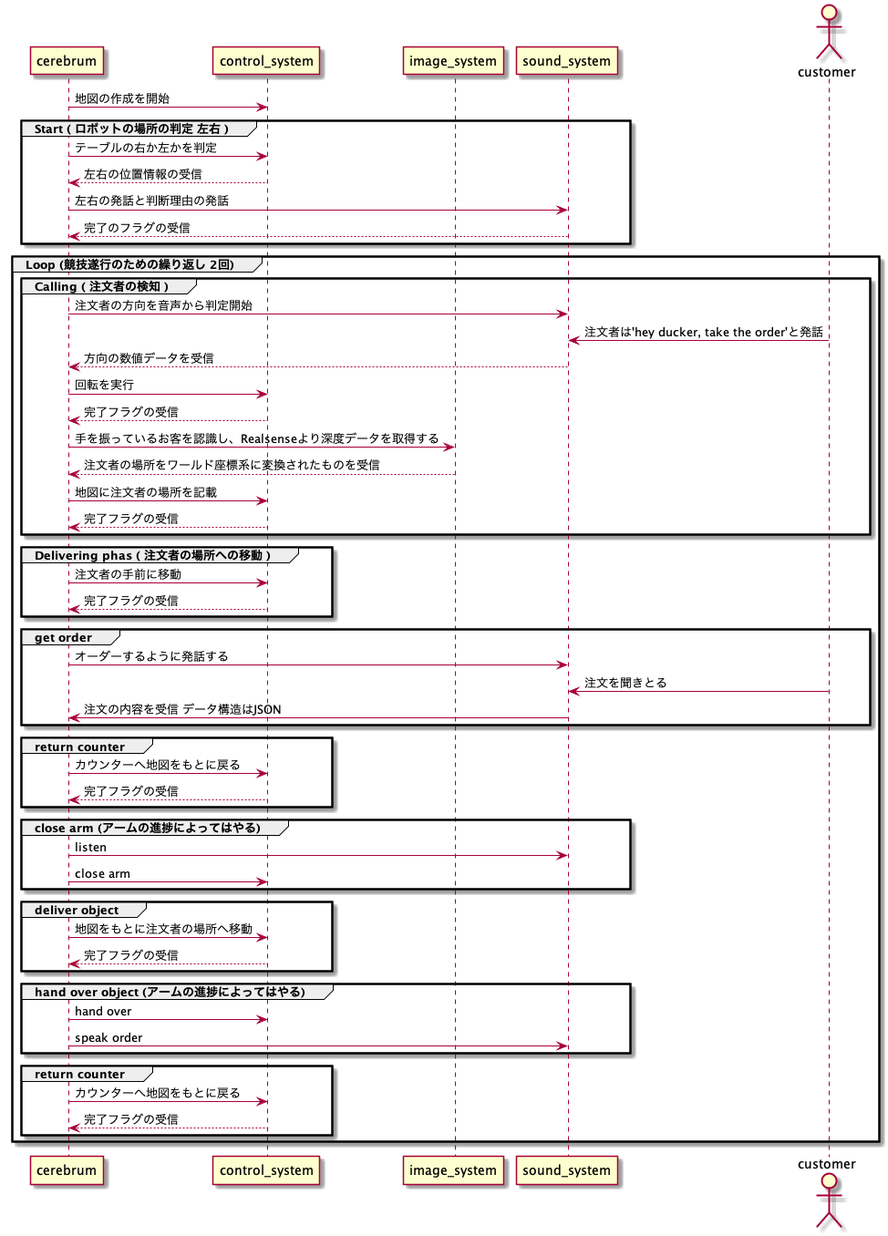
The PlantUML diagram restaurant.png in rionehome/ros_restaurant, before a commit.
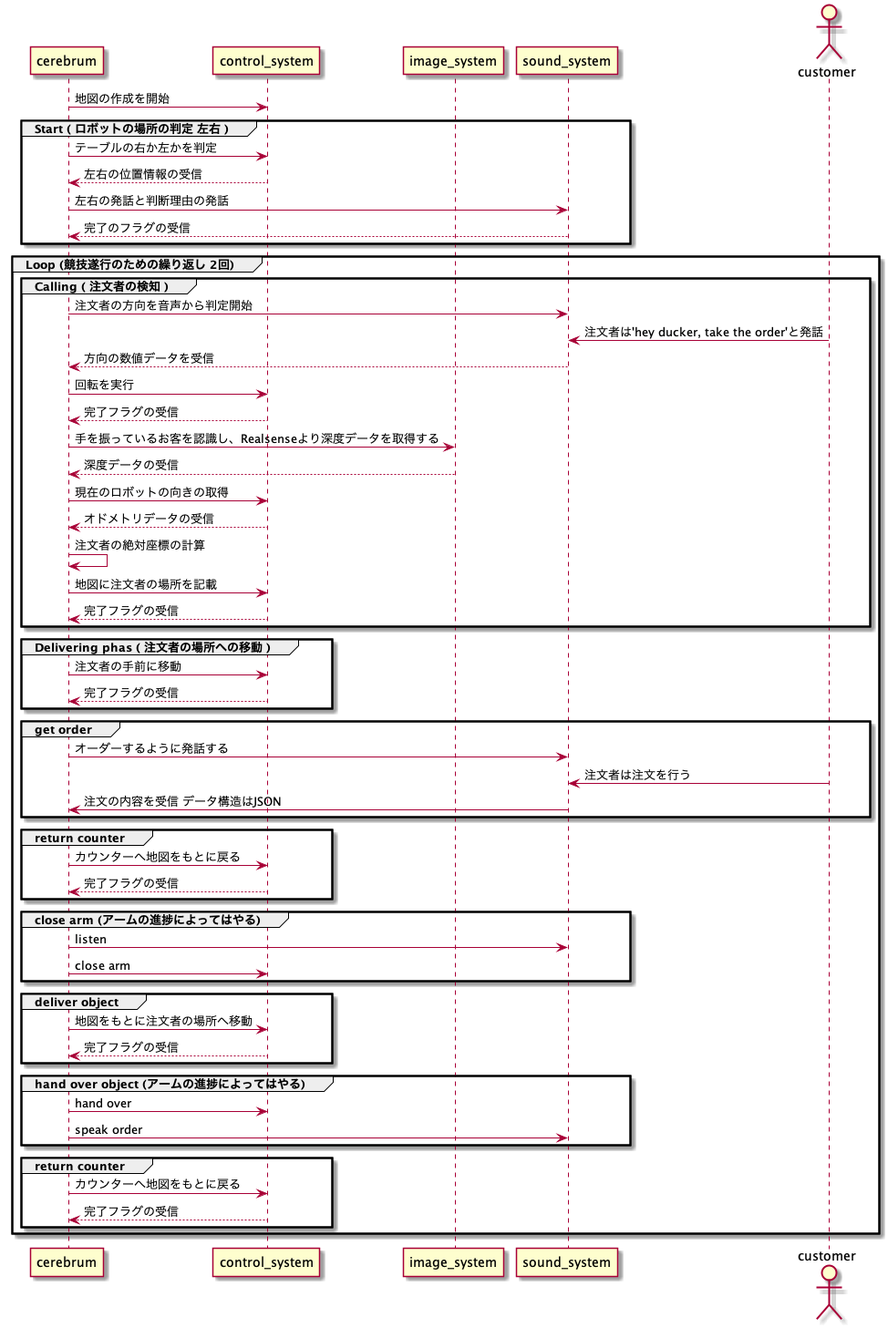
After the change.

Commit message:
一部修正を行いました

The edit, as a diff of the source:
```diff
@@ -25,7 +25,10 @@
         cerebrum -> control_system: 回転を実行
         control_system --> cerebrum: 完了フラグの受信
         cerebrum -> image_system: 手を振っているお客を認識し、Realsenseより深度データを取得する
-        image_system --> cerebrum: 注文者の場所をワールド座標系に変換されたものを受信
+        image_system --> cerebrum: 深度データの受信
+		cerebrum -> control_system: 現在のロボットの向きの取得
+		control_system --> cerebrum: オドメトリデータの受信
+		cerebrum -> cerebrum: 注文者の絶対座標の計算
         cerebrum -> control_system: 地図に注文者の場所を記載
         control_system --> cerebrum: 完了フラグの受信
     end
@@ -37,7 +40,7 @@
 
     group get order
         cerebrum -> sound_system: オーダーするように発話する
-        customer -> sound_system: 注文を聞きとる
+        customer -> sound_system: 注文者は注文を行う
         sound_system -> cerebrum: 注文の内容を受信 データ構造はJSON
     end
 
```
